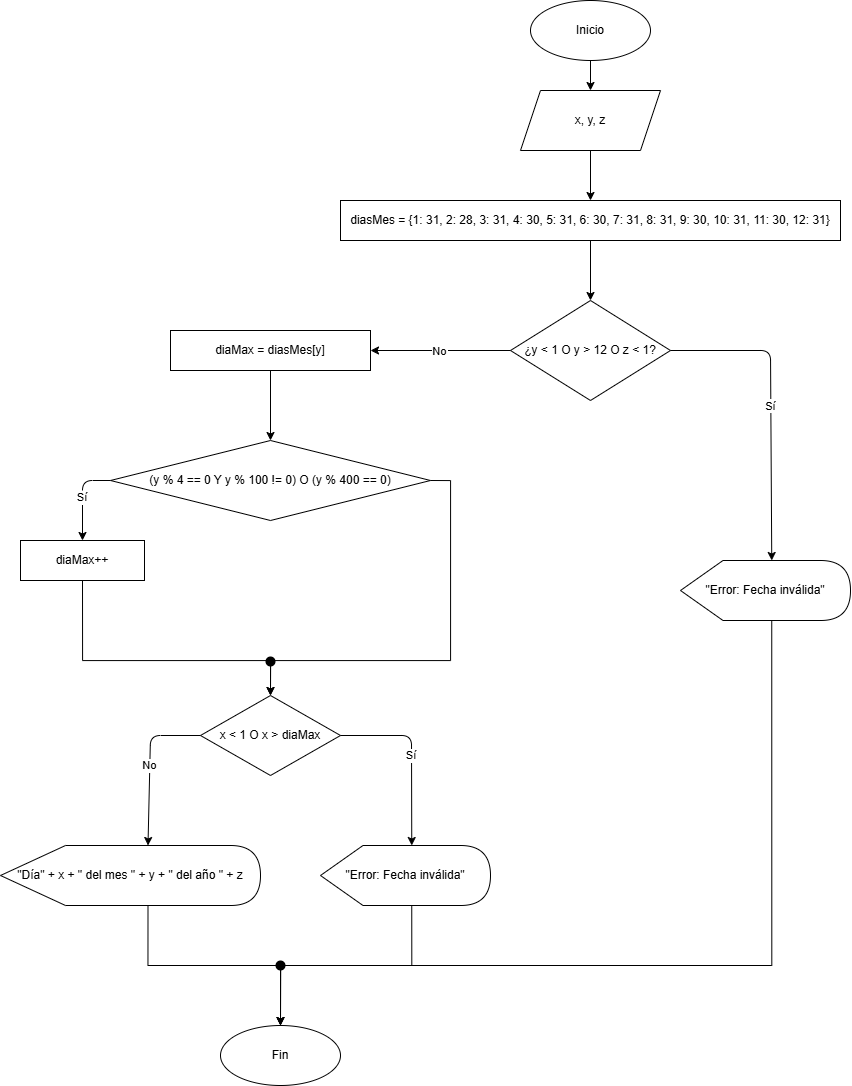
This is chapter4/dfd/dfd4.5.6_10.png from UPclopezpAalgorithmsBook/solutions, a draw.io export, as it was before one commit. Source tidied: cells renumbered, new cells last; positions are measured from the earlier drawing's top-left corner, leaving out a move shared by most shapes.
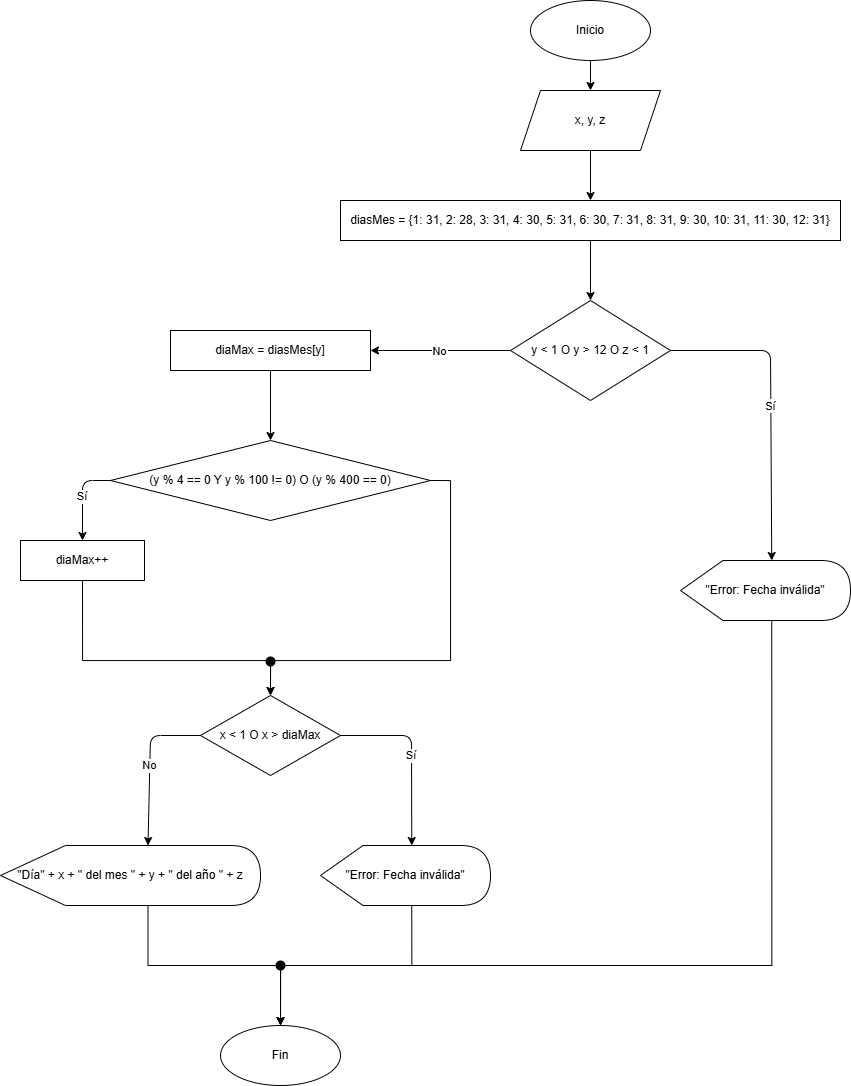
Above is the later version.

What changed in the source:
```diff
@@ -11,9 +11,9 @@
     <mxCell id="4" value="x, y, z" style="shape=parallelogram;perimeter=parallelogramPerimeter;whiteSpace=wrap;html=1;fixedSize=1;" parent="1" vertex="1">
       <mxGeometry x="520" y="130" width="140" height="60" as="geometry" />
     </mxCell>
-    <mxCell id="5" value="¿y &amp;lt; 1 O y &amp;gt; 12 O z &amp;lt; 1?" style="rhombus;whiteSpace=wrap;html=1;" parent="1" vertex="1">
-      <mxGeometry x="510" y="340" width="160" height="100" as="geometry" />
-    </mxCell>
+    <mxCell id="32" value="y &amp;lt; 1 O y &amp;gt; 12 O z &amp;lt; 1" style="rhombus;whiteSpace=wrap;html=1;" parent="1" vertex="1">
+      <mxGeometry x="510" y="340" width="160" height="100" as="geometry" />
+    </mxCell>
     <mxCell id="6" style="edgeStyle=orthogonalEdgeStyle;rounded=0;jettySize=auto;html=1;exitX=0.5;exitY=1;exitDx=0;exitDy=0;entryX=0.5;entryY=0;entryDx=0;entryDy=0;" parent="1" edge="1" source="7" target="22">
       <mxGeometry relative="1" as="geometry" />
     </mxCell>
@@ -35,16 +35,16 @@
     <mxCell id="12" parent="1" edge="1" source="2" target="4">
       <mxGeometry relative="1" as="geometry" />
     </mxCell>
-    <mxCell id="13" value="No" style="exitX=0;exitY=0.5;exitDx=0;exitDy=0;" parent="1" edge="1" source="5" target="7">
+    <mxCell id="13" value="No" style="exitX=0;exitY=0.5;exitDx=0;exitDy=0;" parent="1" edge="1" source="32" target="7">
       <mxGeometry relative="1" as="geometry" />
     </mxCell>
-    <mxCell id="14" value="Sí" style="entryX=0;entryY=0;entryDx=91.25;entryDy=0;entryPerimeter=0;" parent="1" edge="1" source="5" target="27">
-      <mxGeometry relative="1" as="geometry">
-        <Array as="points">
-          <mxPoint x="770" y="390" />
-        </Array>
-      </mxGeometry>
-    </mxCell>
+    <mxCell id="33" value="Sí" style="entryX=0;entryY=0;entryDx=91.25;entryDy=0;entryPerimeter=0;" parent="1" edge="1" source="32" target="27">
+      <mxGeometry relative="1" as="geometry">
+        <Array as="points">
+          <mxPoint x="770" y="390" />
+        </Array>
+      </mxGeometry>
+    </mxCell>
     <mxCell id="15" value="Sí" style="entryX=0;entryY=0;entryDx=91.25;entryDy=0;entryPerimeter=0;" parent="1" edge="1" source="8" target="19">
       <mxGeometry relative="1" as="geometry">
         <Array as="points">
@@ -52,9 +52,9 @@
         </Array>
       </mxGeometry>
     </mxCell>
-    <mxCell id="16" style="edgeStyle=orthogonalEdgeStyle;rounded=0;jettySize=auto;html=1;exitX=0.5;exitY=1;exitDx=0;exitDy=0;entryX=0.5;entryY=0;entryDx=0;entryDy=0;" parent="1" edge="1" source="17" target="5">
-      <mxGeometry relative="1" as="geometry" />
-    </mxCell>
+    <mxCell id="34" style="edgeStyle=orthogonalEdgeStyle;rounded=0;jettySize=auto;html=1;exitX=0.5;exitY=1;exitDx=0;exitDy=0;entryX=0.5;entryY=0;entryDx=0;entryDy=0;" parent="1" edge="1" source="17" target="32">
+      <mxGeometry relative="1" as="geometry" />
+    </mxCell>
     <mxCell id="17" value="diasMes = {&lt;span class=&quot;ͼq&quot;&gt;1&lt;/span&gt;: &lt;span class=&quot;ͼq&quot;&gt;31&lt;/span&gt;,&amp;nbsp;&lt;span class=&quot;ͼq&quot;&gt;2&lt;/span&gt;: &lt;span class=&quot;ͼq&quot;&gt;28&lt;/span&gt;, &lt;span class=&quot;ͼq&quot;&gt;3&lt;/span&gt;: &lt;span class=&quot;ͼq&quot;&gt;31&lt;/span&gt;,&amp;nbsp;&lt;span class=&quot;ͼq&quot;&gt;4&lt;/span&gt;: &lt;span class=&quot;ͼq&quot;&gt;30&lt;/span&gt;,&amp;nbsp;&lt;span class=&quot;ͼq&quot;&gt;5&lt;/span&gt;: &lt;span class=&quot;ͼq&quot;&gt;31&lt;/span&gt;,&amp;nbsp;&lt;span class=&quot;ͼq&quot;&gt;6&lt;/span&gt;: &lt;span class=&quot;ͼq&quot;&gt;30&lt;/span&gt;,&amp;nbsp;&lt;span class=&quot;ͼq&quot;&gt;7&lt;/span&gt;: &lt;span class=&quot;ͼq&quot;&gt;31&lt;/span&gt;,&amp;nbsp;&lt;span class=&quot;ͼq&quot;&gt;8&lt;/span&gt;: &lt;span class=&quot;ͼq&quot;&gt;31&lt;/span&gt;,&amp;nbsp;&lt;span class=&quot;ͼq&quot;&gt;9&lt;/span&gt;: &lt;span class=&quot;ͼq&quot;&gt;30&lt;/span&gt;,&amp;nbsp;&lt;span class=&quot;ͼq&quot;&gt;10&lt;/span&gt;: &lt;span class=&quot;ͼq&quot;&gt;31&lt;/span&gt;,&amp;nbsp;&lt;span class=&quot;ͼq&quot;&gt;11&lt;/span&gt;: &lt;span class=&quot;ͼq&quot;&gt;30&lt;/span&gt;,&amp;nbsp;&lt;span class=&quot;ͼq&quot;&gt;12&lt;/span&gt;: &lt;span class=&quot;ͼq&quot;&gt;31&lt;/span&gt;}" style="rounded=0;whiteSpace=wrap;html=1;" parent="1" vertex="1">
       <mxGeometry x="340" y="240" width="500" height="40" as="geometry" />
     </mxCell>
@@ -85,33 +85,33 @@
         </Array>
       </mxGeometry>
     </mxCell>
-    <mxCell id="24" parent="1" edge="1">
-      <mxGeometry relative="1" as="geometry">
-        <mxPoint x="250" y="180" as="targetPoint" />
-        <Array as="points">
-          <mxPoint x="190" y="290" />
-          <mxPoint x="190" y="180" />
-        </Array>
-      </mxGeometry>
-    </mxCell>
-    <mxCell id="25" style="endArrow=classic;html=1;exitX=0;exitY=0.5;exitDx=0;exitDy=0;entryX=0;entryY=0.5;entryDx=0;entryDy=0;" parent="1" edge="1">
-      <mxGeometry relative="1" as="geometry">
-        <mxPoint x="250" as="targetPoint" />
-        <Array as="points">
-          <mxPoint x="190" y="240" />
-          <mxPoint x="190" />
-        </Array>
-      </mxGeometry>
-    </mxCell>
-    <mxCell id="26" style="edgeStyle=orthogonalEdgeStyle;rounded=0;jettySize=auto;html=1;exitX=0;exitY=0;exitDx=91.25;exitDy=60.00000000000001;exitPerimeter=0;entryX=0.5;entryY=0;entryDx=0;entryDy=0;" parent="1" edge="1" target="11">
-      <mxGeometry relative="1" as="geometry">
-        <mxPoint x="771.2" y="655" as="sourcePoint" />
-        <Array as="points">
-          <mxPoint x="771" y="1005" />
-          <mxPoint x="280" y="1005" />
-        </Array>
-      </mxGeometry>
-    </mxCell>
+    <mxCell id="35" parent="1" edge="1">
+      <mxGeometry relative="1" as="geometry">
+        <mxPoint x="250" y="180" as="targetPoint" />
+        <Array as="points">
+          <mxPoint x="190" y="290" />
+          <mxPoint x="190" y="180" />
+        </Array>
+      </mxGeometry>
+    </mxCell>
+    <mxCell id="36" style="endArrow=classic;html=1;exitX=0;exitY=0.5;exitDx=0;exitDy=0;entryX=0;entryY=0.5;entryDx=0;entryDy=0;" parent="1" edge="1">
+      <mxGeometry relative="1" as="geometry">
+        <mxPoint x="250" as="targetPoint" />
+        <Array as="points">
+          <mxPoint x="190" y="240" />
+          <mxPoint x="190" />
+        </Array>
+      </mxGeometry>
+    </mxCell>
+    <mxCell id="37" style="edgeStyle=orthogonalEdgeStyle;rounded=0;jettySize=auto;html=1;exitX=0;exitY=0;exitDx=91.25;exitDy=60.00000000000001;exitPerimeter=0;entryX=0.5;entryY=0;entryDx=0;entryDy=0;" parent="1" edge="1" target="11">
+      <mxGeometry relative="1" as="geometry">
+        <mxPoint x="771.2" y="655" as="sourcePoint" />
+        <Array as="points">
+          <mxPoint x="771" y="1005" />
+          <mxPoint x="280" y="1005" />
+        </Array>
+      </mxGeometry>
+    </mxCell>
     <mxCell id="27" value="&quot;Error: Fecha inválida&quot;" style="shape=display;whiteSpace=wrap;html=1;" parent="1" vertex="1">
       <mxGeometry x="680" y="600" width="170" height="60" as="geometry" />
     </mxCell>
```
